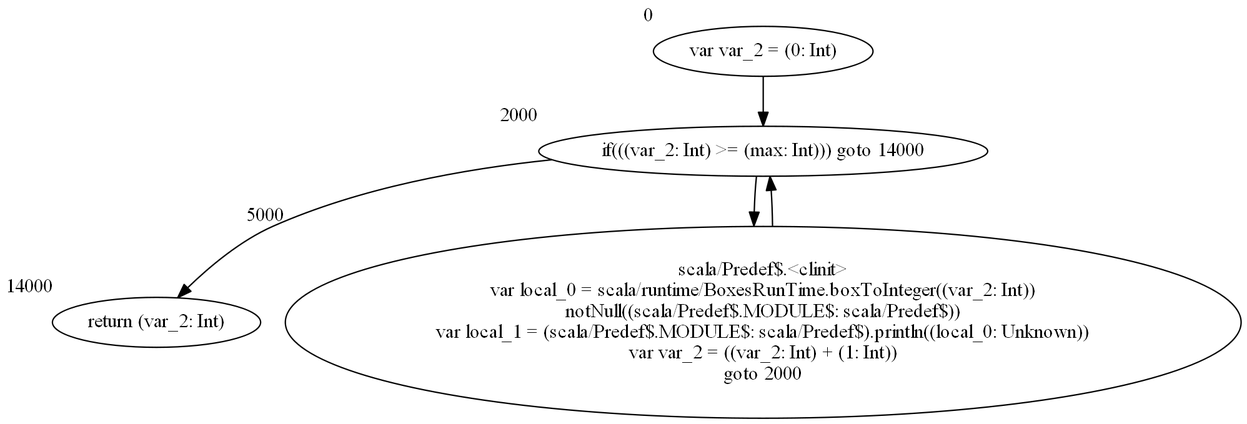
Earlier version of the Graphviz export graph.dot.png (Katrix/Scarlet). Its source is kept beside it as graph.dot.
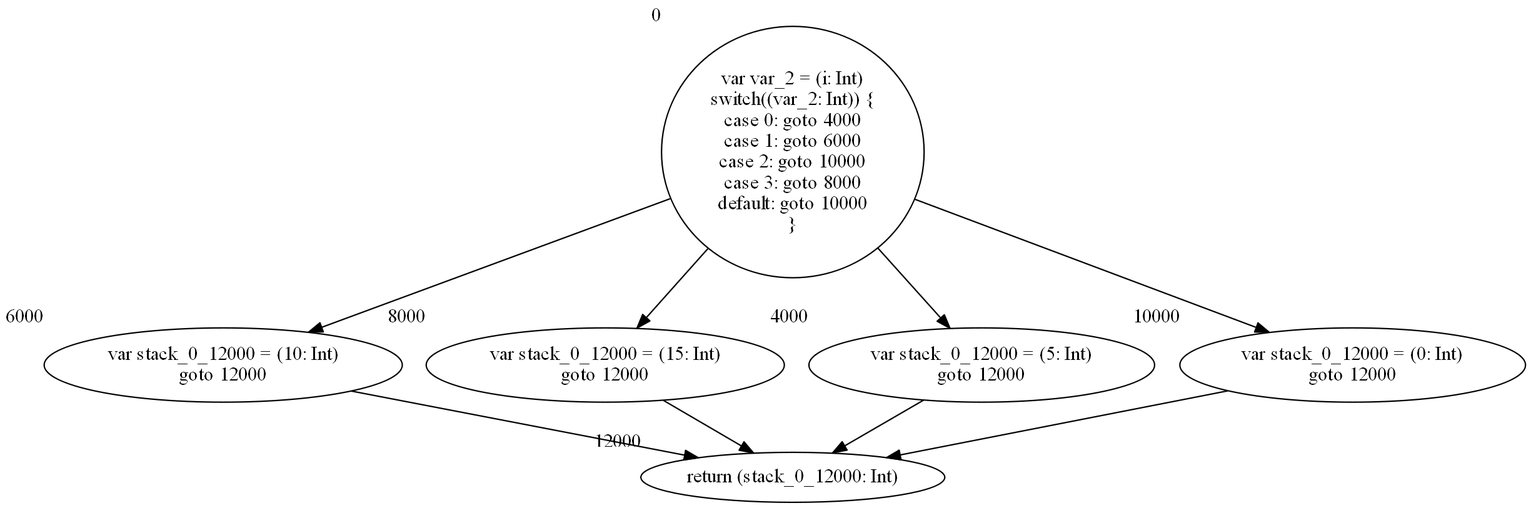
Above is the later version.

Commit message:
Fix wrong offset for switch

Diff of the diagram source:
```diff
@@ -1,10 +1,56 @@
-digraph CodeCFG {
-	2000 -> 14000
-	2000 -> 5000
-	14000 [label = <return (var_2: Int)>, xlabel = 14000]
-	5000 -> 2000
-	5000 [label = <scala/Predef$.&lt;clinit&gt;<BR />var local_0 = scala/runtime/BoxesRunTime.boxToInteger((var_2: Int))<BR />notNull((scala/Predef$.MODULE$: scala/Predef$))<BR />var local_1 = (scala/Predef$.MODULE$: scala/Predef$).println((local_0: Unknown))<BR />var var_2 = ((var_2: Int) + (1: Int))<BR />goto 2000>, xlabel = 5000]
-	0 [label = <var var_2 = (0: Int)>, xlabel = 0]
-	0 -> 2000
-	2000 [label = <if(((var_2: Int) &gt;= (max: Int))) goto 14000>, xlabel = 2000]
+digraph matchInt1 {
+	6000 [label = <var stack_0_12000 = (10: Int)<BR />goto 12000>, xlabel = 6000]
+	8000 [label = <var stack_0_12000 = (15: Int)<BR />goto 12000>, xlabel = 8000]
+	12000 [label = <return (stack_0_12000: Int)>, xlabel = 12000]
+	0 -> 4000
+	4000 [label = <var stack_0_12000 = (5: Int)<BR />goto 12000>, xlabel = 4000]
+	0 [label = <var var_2 = (i: Int)<BR />switch((var_2: Int)) {<BR />case 0: goto 4000<BR />case 1: goto 6000<BR />case 2: goto 10000<BR />case 3: goto 8000<BR />default: goto 10000<BR />}>, xlabel = 0]
+	10000 -> 12000
+	6000 -> 12000
+	10000 [label = <var stack_0_12000 = (0: Int)<BR />goto 12000>, xlabel = 10000]
+	8000 -> 12000
+	0 -> 10000
+	4000 -> 12000
+	0 -> 6000
+	0 -> 8000
 }
+
+digraph matchInt2 {
+	8000 -> 14000
+	8000 [label = <var stack_0_14000 = (15: Int)<BR />goto 14000>, xlabel = 8000]
+	6000 [label = <var stack_0_14000 = (10: Int)<BR />goto 14000>, xlabel = 6000]
+	0 [label = <var var_2 = (i: Int)<BR />switch((var_2: Int)) {<BR />case 0: goto 4000<BR />case 1: goto 6000<BR />case 3: goto 8000<BR />case 1000: goto 10000<BR />default: goto 12000<BR />}>, xlabel = 0]
+	0 -> 4000
+	4000 -> 14000
+	12000 [label = <var stack_0_14000 = (0: Int)<BR />goto 14000>, xlabel = 12000]
+	4000 [label = <var stack_0_14000 = (5: Int)<BR />goto 14000>, xlabel = 4000]
+	10000 [label = <var stack_0_14000 = (20: Int)<BR />goto 14000>, xlabel = 10000]
+	0 -> 12000
+	14000 [label = <return (stack_0_14000: Int)>, xlabel = 14000]
+	0 -> 10000
+	0 -> 6000
+	12000 -> 14000
+	10000 -> 14000
+	0 -> 8000
+	6000 -> 14000
+}
+
+digraph matchOption {
+	29000 [label = <return (var_2: Int)>, xlabel = 29000]
+	24000 [label = <scala/MatchError.&lt;clinit&gt;<BR />var local_3 = new scala/MatchError((var_3: AnyRef))<BR />var stack_0_29000 = (local_3: scala/MatchError)>, xlabel = 24000]
+	16000 -> 23000
+	16000 -> 20000
+	15000 -> 16000
+	24000 -> 29000
+	23000 [label = <goto 24000>, xlabel = 23000]
+	15000 [label = <goto 16000>, xlabel = 15000]
+	0 -> 15000
+	20000 -> 29000
+	5000 -> 29000
+	5000 [label = <var var_4 = (var_3: AnyRef).asInstanceOf[scala/Some]<BR />notNull((var_4: AnyRef))<BR />var local_0 = (var_4: AnyRef).value()<BR />var local_1 = scala/runtime/BoxesRunTime.unboxToInt((local_0: Unknown))<BR />var var_5 = (local_1: Unknown)<BR />var var_2 = (var_5: Int)<BR />goto 29000>, xlabel = 5000]
+	0 -> 5000
+	0 [label = <var var_3 = (i: AnyRef)<BR />if(((var_3: AnyRef).isInstanceOf[Int] == (0: Int))) goto 15000>, xlabel = 0]
+	16000 [label = <scala/None$.&lt;clinit&gt;<BR />notNull((scala/None$.MODULE$: scala/None$))<BR />var local_2 = (scala/None$.MODULE$: scala/None$).equals((var_3: AnyRef))<BR />if(((local_2: Unknown) == (0: Int))) goto 23000>, xlabel = 16000]
+	23000 -> 24000
+	20000 [label = <var var_2 = (0: Int)<BR />goto 29000>, xlabel = 20000]
+}
```
